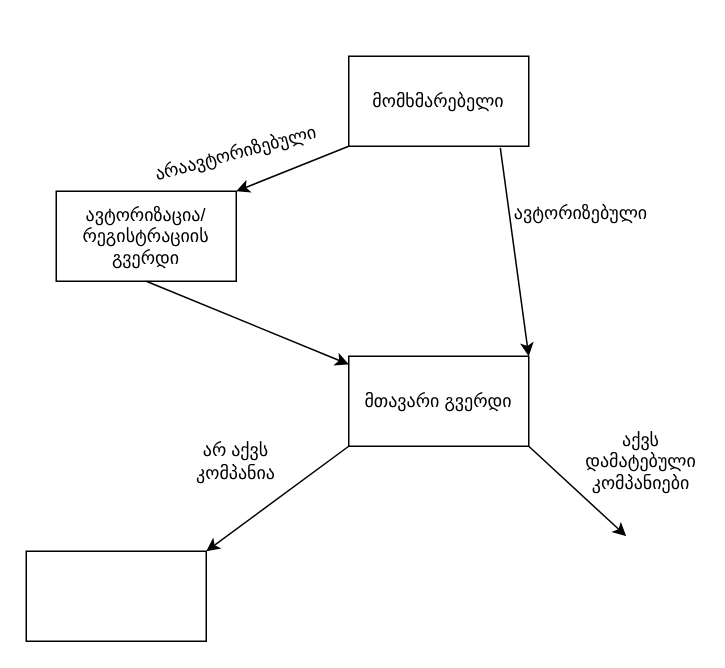
Before: Untitled Diagram.drawio in SalyOne/-taskManagerNgrx, a draw.io diagram. Source tidied: cells renumbered, new cells numbered last; positions are measured from the earlier drawing's top-left corner, leaving out a move shared by most shapes. Both pictures are drawn from the tidied source at 150%, with x=0, y=0 at pixel (26, 56).
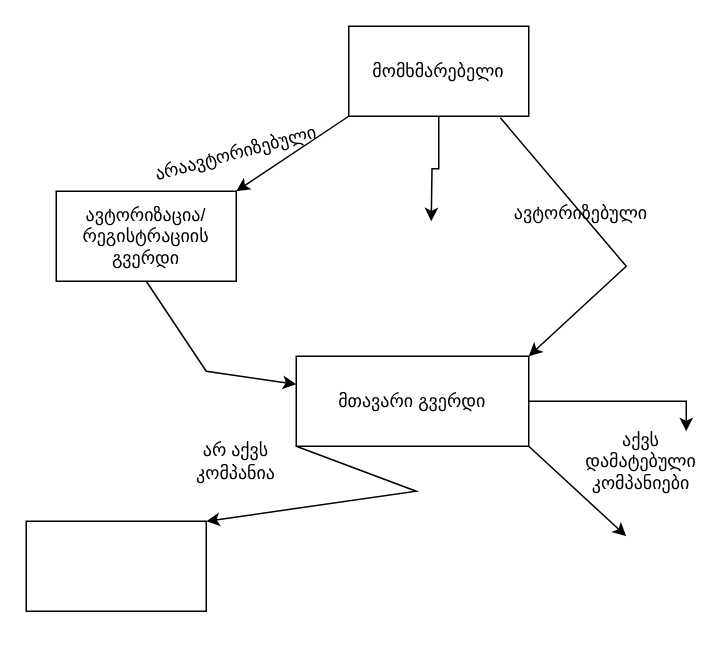
Above is the later version.

The change refers to these unchanged cells:
```xml
<mxCell id="6" value="ავტორიზაცია/ რეგისტრაციის გვერდი" style="rounded=0;whiteSpace=wrap;html=1;" parent="1" vertex="1">
  <mxGeometry x="20" y="90" width="120" height="60" as="geometry" />
</mxCell>
<mxCell id="14" value="აქვს დამატებული კომპანიები" style="text;html=1;strokeColor=none;fillColor=none;align=center;verticalAlign=middle;whiteSpace=wrap;rounded=0;" parent="1" vertex="1">
  <mxGeometry x="380" y="250" width="60" height="40" as="geometry" />
</mxCell>
```

The edit, as a diff of the source:
```diff
@@
+    <mxCell id="15" style="edgeStyle=orthogonalEdgeStyle;rounded=0;jettySize=auto;html=1;exitX=0.5;exitY=1;exitDx=0;exitDy=0;" parent="1" edge="1" source="2">
+      <mxGeometry relative="1" as="geometry">
+        <mxPoint x="270" y="110" as="targetPoint" />
+      </mxGeometry>
+    </mxCell>
     <mxCell id="2" value="მომხმარებელი" style="rounded=0;whiteSpace=wrap;html=1;" parent="1" vertex="1">
-      <mxGeometry x="215" width="120" height="60" as="geometry" />
+      <mxGeometry x="215" y="-20" width="120" height="60" as="geometry" />
     </mxCell>
@@
     <mxCell id="7" style="endArrow=classic;html=1;rounded=0;exitX=0.842;exitY=1.017;exitDx=0;exitDy=0;exitPerimeter=0;entryX=1;entryY=0;entryDx=0;entryDy=0;" parent="1" edge="1" source="2" target="9">
-      <mxGeometry relative="1" as="geometry" />
+      <mxGeometry relative="1" as="geometry">
+        <Array as="points">
+          <mxPoint x="400" y="140" />
+        </Array>
+      </mxGeometry>
     </mxCell>
     <mxCell id="8" style="endArrow=classic;html=1;rounded=0;exitX=0.5;exitY=1;exitDx=0;exitDy=0;" parent="1" edge="1" source="6" target="9">
-      <mxGeometry relative="1" as="geometry" />
+      <mxGeometry relative="1" as="geometry">
+        <Array as="points">
+          <mxPoint x="120" y="210" />
+        </Array>
+      </mxGeometry>
     </mxCell>
+    <mxCell id="16" style="edgeStyle=orthogonalEdgeStyle;rounded=0;jettySize=auto;html=1;exitX=1;exitY=0.5;exitDx=0;exitDy=0;entryX=1;entryY=0;entryDx=0;entryDy=0;" parent="1" edge="1" source="9" target="14">
+      <mxGeometry relative="1" as="geometry" />
+    </mxCell>
     <mxCell id="9" value="მთავარი გვერდი" style="rounded=0;whiteSpace=wrap;html=1;" parent="1" vertex="1">
-      <mxGeometry x="215" y="200" width="120" height="60" as="geometry" />
+      <mxGeometry x="180" y="200" width="155" height="60" as="geometry" />
     </mxCell>
     <mxCell id="10" style="rounded=0;whiteSpace=wrap;html=1;" parent="1" vertex="1">
-      <mxGeometry y="330" width="120" height="60" as="geometry" />
+      <mxGeometry y="310" width="120" height="60" as="geometry" />
     </mxCell>
     <mxCell id="11" style="endArrow=classic;html=1;rounded=0;exitX=0;exitY=1;exitDx=0;exitDy=0;entryX=1;entryY=0;entryDx=0;entryDy=0;" parent="1" edge="1" source="9" target="10">
-      <mxGeometry relative="1" as="geometry" />
+      <mxGeometry relative="1" as="geometry">
+        <Array as="points">
+          <mxPoint x="260" y="290" />
+        </Array>
+      </mxGeometry>
     </mxCell>
```
